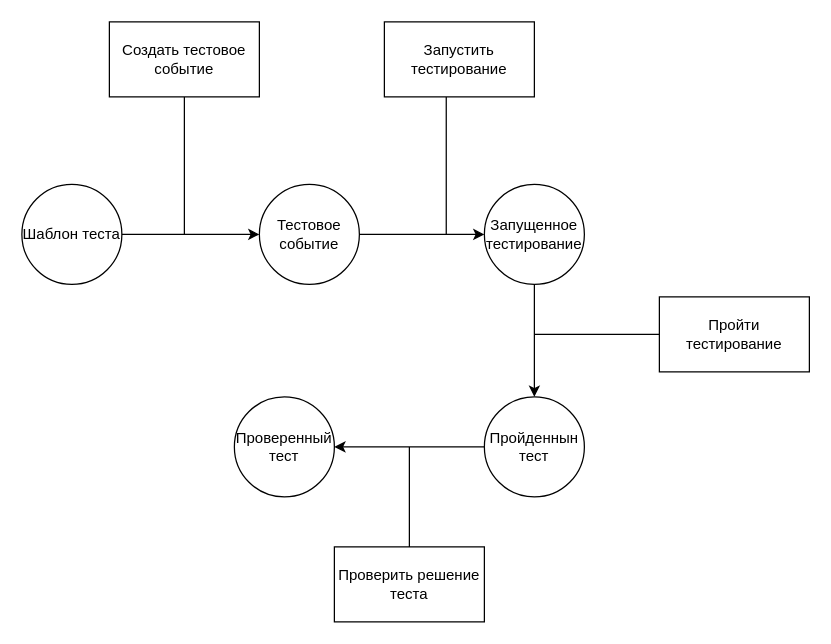
Frazi1/vsu_test_runner keeps this draw.io diagram as design/idef/OSTN.drawio. Above is the earlier version. Source tidied: cells renumbered, new cells numbered last; positions are measured from the earlier drawing's top-left corner, leaving out a move shared by most shapes. Both pictures are drawn from the tidied source at 125%, with x=0, y=0 at pixel (21, 21).
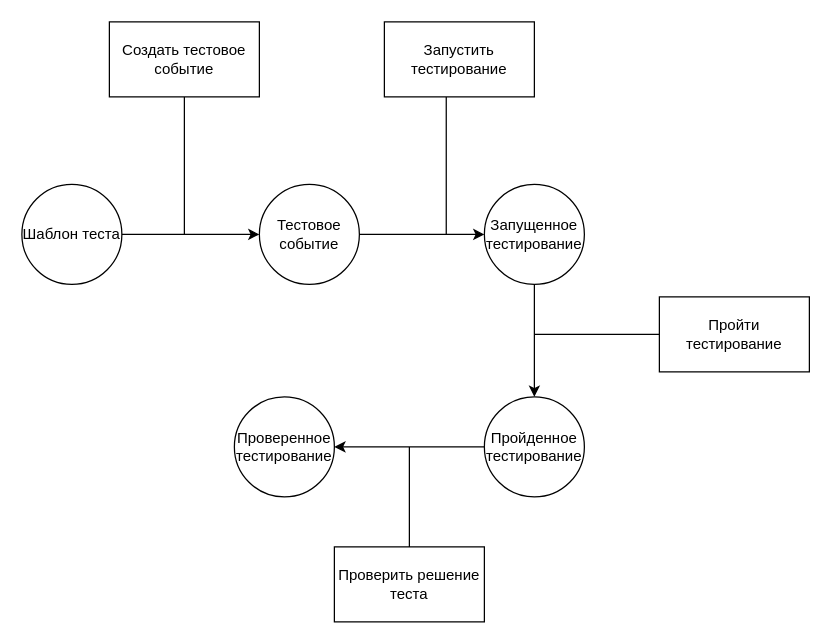
The same diagram, later.

Change to the diagram source:
```diff
@@
-    <mxCell id="5" value="Пройденнын тест" style="ellipse;whiteSpace=wrap;html=1;" parent="1" vertex="1">
+    <mxCell id="5" value="Пройденное тестирование" style="ellipse;whiteSpace=wrap;html=1;" parent="1" vertex="1">
       <mxGeometry x="370" y="300" width="80" height="80" as="geometry" />
     </mxCell>
-    <mxCell id="6" value="Проверенный тест" style="ellipse;whiteSpace=wrap;html=1;" parent="1" vertex="1">
+    <mxCell id="6" value="Проверенное тестирование" style="ellipse;whiteSpace=wrap;html=1;" parent="1" vertex="1">
       <mxGeometry x="170" y="300" width="80" height="80" as="geometry" />
     </mxCell>
```
